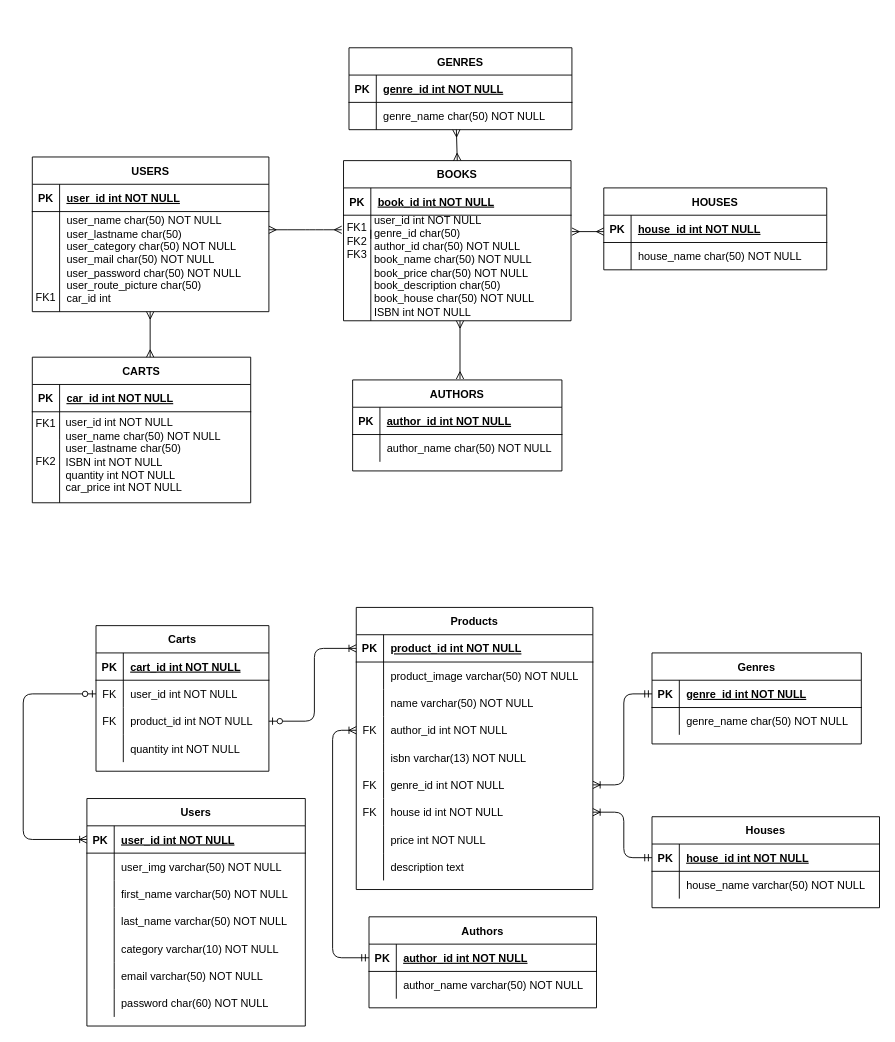
Before: LstandsEntityDiagram.drawio in mariadelrosario98/grupo_7_LSTANDSFORLIBROS, a draw.io diagram. Source tidied: cells renumbered, new cells numbered last; positions are measured from the earlier drawing's top-left corner, leaving out a move shared by most shapes. Both pictures are drawn from the tidied source at 91%, with x=0, y=0 at pixel (23, 15).
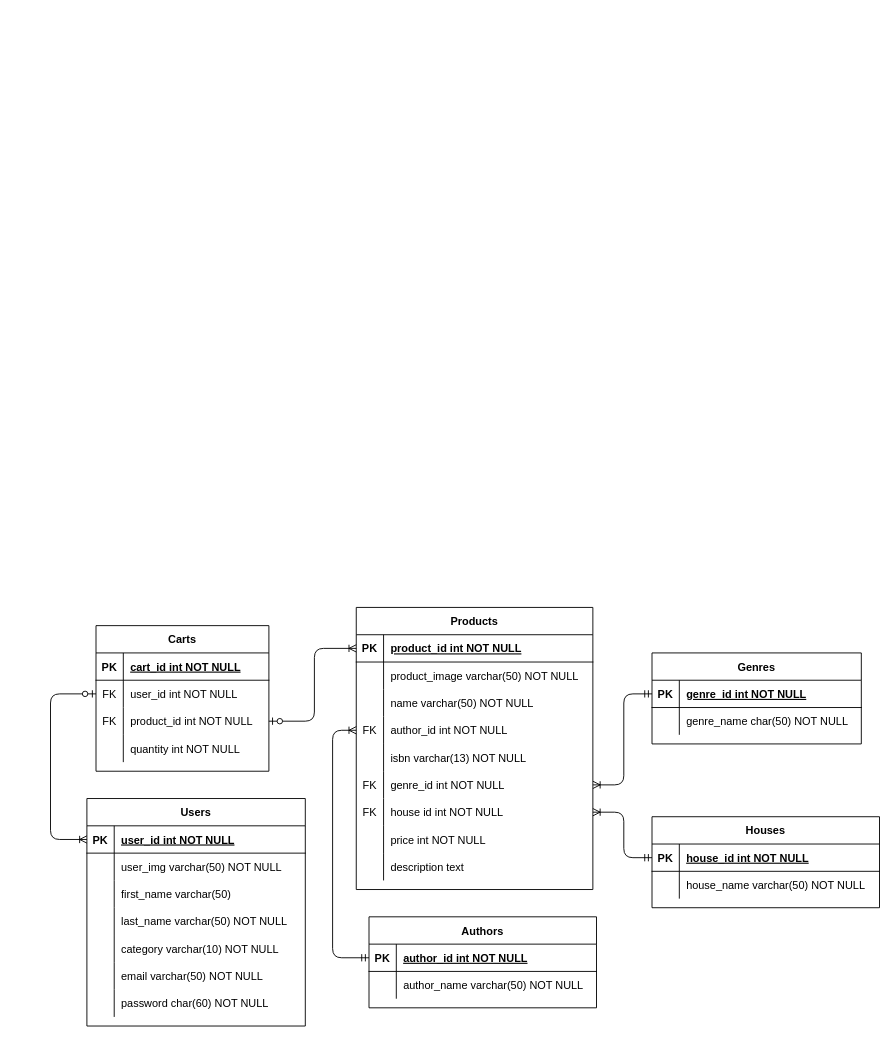
The same page after the edit.

The change refers to these unchanged cells:
```xml
<mxCell id="55" style="shape=tableRow;horizontal=0;startSize=0;swimlaneHead=0;swimlaneBody=0;fillColor=none;points=[[0,0.5],[1,0.5]];portConstraint=eastwest;top=0;left=0;right=0;bottom=1;" parent="54" vertex="1">
  <mxGeometry y="30" width="240" height="30" as="geometry" />
</mxCell>
<mxCell id="61" style="shape=tableRow;horizontal=0;startSize=0;swimlaneHead=0;swimlaneBody=0;fillColor=none;top=0;left=0;right=0;bottom=0;" parent="54" vertex="1">
  <mxGeometry y="90" width="240" height="30" as="geometry" />
</mxCell>
<mxCell id="129" style="shape=tableRow;horizontal=0;startSize=0;swimlaneHead=0;swimlaneBody=0;fillColor=none;points=[[0,0.5],[1,0.5]];portConstraint=eastwest;top=0;left=0;right=0;bottom=0;" parent="125" vertex="1">
  <mxGeometry y="60" width="190" height="30" as="geometry" />
</mxCell>
```

Change to the diagram source:
```diff
@@
-    <mxCell id="2" style="edgeStyle=entityRelationEdgeStyle;endArrow=ERmany;startArrow=ERmany;endFill=0;startFill=0;" parent="1" edge="1">
-      <mxGeometry relative="1" as="geometry">
-        <mxPoint x="270" y="235" as="sourcePoint" />
-        <mxPoint x="350" y="235" as="targetPoint" />
-      </mxGeometry>
-    </mxCell>
-    <mxCell id="3" value="BOOKS" style="shape=table;startSize=30;childLayout=tableLayout;rowLines=0;fontStyle=1;align=center;" parent="1" vertex="1">
-      <mxGeometry x="352" y="159" width="250" height="176" as="geometry" />
-    </mxCell>
-    <mxCell id="4" style="shape=partialRectangle;fillColor=none;top=0;left=0;right=0;bottom=1;" parent="3" vertex="1">
-      <mxGeometry y="30" width="250" height="30" as="geometry" />
-    </mxCell>
-    <mxCell id="5" value="PK" style="shape=partialRectangle;overflow=hidden;fillColor=none;top=0;left=0;bottom=0;right=0;fontStyle=1;" parent="4" vertex="1">
-      <mxGeometry width="30" height="30" as="geometry" />
-    </mxCell>
-    <mxCell id="6" value="book_id int NOT NULL " style="shape=partialRectangle;overflow=hidden;fillColor=none;top=0;left=0;bottom=0;right=0;align=left;spacingLeft=6;fontStyle=5;" parent="4" vertex="1">
-      <mxGeometry x="30" width="220" height="30" as="geometry" />
-    </mxCell>
-    <mxCell id="7" style="shape=partialRectangle;fillColor=none;top=0;left=0;right=0;bottom=0;" parent="3" vertex="1">
-      <mxGeometry y="60" width="250" height="26" as="geometry" />
-    </mxCell>
-    <mxCell id="8" value="FK1" style="shape=partialRectangle;overflow=hidden;fillColor=none;top=0;left=0;bottom=0;right=0;" parent="7" vertex="1">
-      <mxGeometry width="30" height="26" as="geometry" />
-    </mxCell>
-    <mxCell id="9" style="shape=partialRectangle;overflow=hidden;fillColor=none;top=0;left=0;bottom=0;right=0;align=left;spacingLeft=6;" parent="7" vertex="1">
-      <mxGeometry x="30" width="220" height="26" as="geometry" />
-    </mxCell>
-    <mxCell id="10" value="USERS" style="shape=table;startSize=30;childLayout=tableLayout;rowLines=0;fontStyle=1;align=center;" parent="1" vertex="1">
-      <mxGeometry x="10" y="155" width="260" height="170" as="geometry" />
-    </mxCell>
-    <mxCell id="11" style="shape=partialRectangle;fillColor=none;top=0;left=0;right=0;bottom=1;" parent="10" vertex="1">
-      <mxGeometry y="30" width="260" height="30" as="geometry" />
-    </mxCell>
-    <mxCell id="12" value="PK" style="shape=partialRectangle;overflow=hidden;fillColor=none;top=0;left=0;bottom=0;right=0;fontStyle=1;" parent="11" vertex="1">
-      <mxGeometry width="30" height="30" as="geometry" />
-    </mxCell>
-    <mxCell id="13" value="user_id int NOT NULL " style="shape=partialRectangle;overflow=hidden;fillColor=none;top=0;left=0;bottom=0;right=0;align=left;spacingLeft=6;fontStyle=5;" parent="11" vertex="1">
-      <mxGeometry x="30" width="230" height="30" as="geometry" />
-    </mxCell>
-    <mxCell id="14" style="shape=partialRectangle;fillColor=none;top=0;left=0;right=0;bottom=0;" parent="10" vertex="1">
-      <mxGeometry y="60" width="260" height="40" as="geometry" />
-    </mxCell>
-    <mxCell id="15" style="shape=partialRectangle;overflow=hidden;fillColor=none;top=0;left=0;bottom=0;right=0;" parent="14" vertex="1">
-      <mxGeometry width="30" height="40" as="geometry" />
-    </mxCell>
-    <mxCell id="16" value="&#10;&#10;" style="shape=partialRectangle;overflow=hidden;fillColor=none;top=0;left=0;bottom=0;right=0;align=left;spacingLeft=6;" parent="14" vertex="1">
-      <mxGeometry x="30" width="230" height="40" as="geometry" />
-    </mxCell>
-    <mxCell id="17" value="&lt;div align=&quot;left&quot;&gt;user_name char(50) NOT NULL&lt;/div&gt;&lt;div align=&quot;left&quot;&gt;user_lastname char(50)&lt;br&gt;&lt;/div&gt;&lt;div align=&quot;left&quot;&gt;user_category char(50) NOT NULL&lt;/div&gt;&lt;div align=&quot;left&quot;&gt;user_mail char(50) NOT NULL&lt;/div&gt;&lt;div align=&quot;left&quot;&gt;user_password char(50) NOT NULL&lt;/div&gt;&lt;div align=&quot;left&quot;&gt;user_route_picture char(50) &lt;br&gt;&lt;/div&gt;&lt;div align=&quot;left&quot;&gt;car_id int&lt;br&gt;&lt;/div&gt;" style="text;html=1;strokeColor=none;fillColor=none;align=left;verticalAlign=middle;whiteSpace=wrap;rounded=0;" parent="1" vertex="1">
-      <mxGeometry x="46" y="218" width="220" height="100" as="geometry" />
-    </mxCell>
-    <mxCell id="18" style="endArrow=none;html=1;rounded=0;" parent="1" edge="1">
-      <mxGeometry relative="1" as="geometry">
-        <mxPoint x="40" y="325" as="sourcePoint" />
-        <mxPoint x="40" y="255" as="targetPoint" />
-      </mxGeometry>
-    </mxCell>
-    <mxCell id="19" value="&lt;div align=&quot;left&quot;&gt;&lt;font style=&quot;font-size: 12px&quot;&gt;user_id int NOT NULL&lt;/font&gt;&lt;/div&gt;&lt;div align=&quot;left&quot;&gt;&lt;font style=&quot;font-size: 12px&quot;&gt;genre_id char(50)&lt;br&gt;&lt;/font&gt;&lt;/div&gt;&lt;div align=&quot;left&quot;&gt;&lt;font style=&quot;font-size: 12px&quot;&gt;author_id char(50) NOT NULL&lt;/font&gt;&lt;/div&gt;&lt;div align=&quot;left&quot;&gt;&lt;font style=&quot;font-size: 12px&quot;&gt;book_name char(50) NOT NULL&lt;/font&gt;&lt;/div&gt;&lt;div align=&quot;left&quot;&gt;&lt;font style=&quot;font-size: 12px&quot;&gt;book_price char(50) NOT NULL&lt;/font&gt;&lt;/div&gt;&lt;div align=&quot;left&quot;&gt;&lt;font style=&quot;font-size: 12px&quot;&gt;book_description char(50) &lt;br&gt;&lt;/font&gt;&lt;/div&gt;&lt;div align=&quot;left&quot;&gt;&lt;font style=&quot;font-size: 12px&quot;&gt;book_house char(50) NOT NULL&lt;br&gt;&lt;/font&gt;&lt;/div&gt;&lt;div align=&quot;left&quot;&gt;&lt;font style=&quot;font-size: 12px&quot;&gt;ISBN int NOT NULL&lt;/font&gt;&lt;/div&gt;" style="text;html=1;strokeColor=none;fillColor=none;align=left;verticalAlign=middle;whiteSpace=wrap;rounded=0;" parent="1" vertex="1">
-      <mxGeometry x="384" y="221" width="220" height="107" as="geometry" />
-    </mxCell>
-    <mxCell id="20" value="FK2" style="shape=partialRectangle;overflow=hidden;fillColor=none;top=0;left=0;bottom=0;right=0;" parent="1" vertex="1">
-      <mxGeometry x="352" y="232" width="30" height="30" as="geometry" />
-    </mxCell>
-    <mxCell id="21" value="FK3" style="shape=partialRectangle;overflow=hidden;fillColor=none;top=0;left=0;bottom=0;right=0;" parent="1" vertex="1">
-      <mxGeometry x="352" y="247" width="30" height="30" as="geometry" />
-    </mxCell>
-    <mxCell id="22" style="endArrow=none;html=1;rounded=0;" parent="1" edge="1">
-      <mxGeometry relative="1" as="geometry">
-        <mxPoint x="382" y="335" as="sourcePoint" />
-        <mxPoint x="382" y="235" as="targetPoint" />
-      </mxGeometry>
-    </mxCell>
-    <mxCell id="23" style="endArrow=ERmany;html=1;rounded=0;startArrow=ERmany;startFill=0;endFill=0;" parent="1" edge="1">
-      <mxGeometry relative="1" as="geometry">
-        <mxPoint x="480" y="399" as="sourcePoint" />
-        <mxPoint x="480" y="335" as="targetPoint" />
-      </mxGeometry>
-    </mxCell>
-    <mxCell id="24" style="group;" parent="1" vertex="1">
-      <mxGeometry x="366" width="335" height="210" as="geometry" />
-    </mxCell>
-    <mxCell id="25" value="GENRES" style="shape=table;startSize=30;childLayout=tableLayout;rowLines=0;fontStyle=1;align=center;" parent="24" vertex="1">
-      <mxGeometry x="-8" y="35" width="245" height="90" as="geometry" />
-    </mxCell>
-    <mxCell id="26" style="shape=partialRectangle;fillColor=none;top=0;left=0;right=0;bottom=1;" parent="25" vertex="1">
-      <mxGeometry y="30" width="245" height="30" as="geometry" />
-    </mxCell>
-    <mxCell id="27" value="PK" style="shape=partialRectangle;overflow=hidden;fillColor=none;top=0;left=0;bottom=0;right=0;fontStyle=1;" parent="26" vertex="1">
-      <mxGeometry width="30" height="30" as="geometry" />
-    </mxCell>
-    <mxCell id="28" value="genre_id int NOT NULL " style="shape=partialRectangle;overflow=hidden;fillColor=none;top=0;left=0;bottom=0;right=0;align=left;spacingLeft=6;fontStyle=5;" parent="26" vertex="1">
-      <mxGeometry x="30" width="215" height="30" as="geometry" />
-    </mxCell>
-    <mxCell id="29" style="shape=partialRectangle;fillColor=none;top=0;left=0;right=0;bottom=0;" parent="25" vertex="1">
-      <mxGeometry y="60" width="245" height="30" as="geometry" />
-    </mxCell>
-    <mxCell id="30" style="shape=partialRectangle;overflow=hidden;fillColor=none;top=0;left=0;bottom=0;right=0;" parent="29" vertex="1">
-      <mxGeometry width="30" height="30" as="geometry" />
-    </mxCell>
-    <mxCell id="31" value="genre_name char(50) NOT NULL" style="shape=partialRectangle;overflow=hidden;fillColor=none;top=0;left=0;bottom=0;right=0;align=left;spacingLeft=6;" parent="29" vertex="1">
-      <mxGeometry x="30" width="215" height="30" as="geometry" />
-    </mxCell>
-    <mxCell id="32" style="endArrow=ERmany;html=1;rounded=0;startArrow=ERmany;startFill=0;endFill=0;exitX=0.5;exitY=0;exitDx=0;exitDy=0;" parent="24" edge="1" source="3">
-      <mxGeometry relative="1" as="geometry">
-        <mxPoint x="110" y="125" as="targetPoint" />
-      </mxGeometry>
-    </mxCell>
-    <mxCell id="33" value="HOUSES" style="shape=table;startSize=30;childLayout=tableLayout;rowLines=0;fontStyle=1;align=center;" parent="1" vertex="1">
-      <mxGeometry x="638" y="189" width="245" height="90" as="geometry" />
-    </mxCell>
-    <mxCell id="34" style="shape=partialRectangle;fillColor=none;top=0;left=0;right=0;bottom=1;" parent="33" vertex="1">
-      <mxGeometry y="30" width="245" height="30" as="geometry" />
-    </mxCell>
-    <mxCell id="35" value="PK" style="shape=partialRectangle;overflow=hidden;fillColor=none;top=0;left=0;bottom=0;right=0;fontStyle=1;" parent="34" vertex="1">
-      <mxGeometry width="30" height="30" as="geometry" />
-    </mxCell>
-    <mxCell id="36" value="house_id int NOT NULL " style="shape=partialRectangle;overflow=hidden;fillColor=none;top=0;left=0;bottom=0;right=0;align=left;spacingLeft=6;fontStyle=5;" parent="34" vertex="1">
-      <mxGeometry x="30" width="215" height="30" as="geometry" />
-    </mxCell>
-    <mxCell id="37" style="shape=partialRectangle;fillColor=none;top=0;left=0;right=0;bottom=0;" parent="33" vertex="1">
-      <mxGeometry y="60" width="245" height="30" as="geometry" />
-    </mxCell>
-    <mxCell id="38" style="shape=partialRectangle;overflow=hidden;fillColor=none;top=0;left=0;bottom=0;right=0;" parent="37" vertex="1">
-      <mxGeometry width="30" height="30" as="geometry" />
-    </mxCell>
-    <mxCell id="39" value="house_name char(50) NOT NULL" style="shape=partialRectangle;overflow=hidden;fillColor=none;top=0;left=0;bottom=0;right=0;align=left;spacingLeft=6;" parent="37" vertex="1">
-      <mxGeometry x="30" width="215" height="30" as="geometry" />
-    </mxCell>
-    <mxCell id="40" style="endArrow=ERmany;html=1;rounded=0;startArrow=ERmany;startFill=0;endFill=0;entryX=0;entryY=0.5;entryDx=0;entryDy=0;exitX=1;exitY=0.112;exitDx=0;exitDy=0;exitPerimeter=0;" parent="1" edge="1">
-      <mxGeometry relative="1" as="geometry">
-        <mxPoint x="603" y="237" as="sourcePoint" />
-        <mxPoint x="638" y="237" as="targetPoint" />
-      </mxGeometry>
-    </mxCell>
-    <mxCell id="41" value="CARTS" style="shape=table;startSize=30;childLayout=tableLayout;rowLines=0;fontStyle=1;align=center;" parent="1" vertex="1">
-      <mxGeometry x="10" y="375" width="240" height="160" as="geometry" />
-    </mxCell>
-    <mxCell id="42" style="shape=partialRectangle;fillColor=none;top=0;left=0;right=0;bottom=1;" parent="41" vertex="1">
-      <mxGeometry y="30" width="240" height="30" as="geometry" />
-    </mxCell>
-    <mxCell id="43" value="PK" style="shape=partialRectangle;overflow=hidden;fillColor=none;top=0;left=0;bottom=0;right=0;fontStyle=1;" parent="42" vertex="1">
-      <mxGeometry width="30" height="30" as="geometry" />
-    </mxCell>
-    <mxCell id="44" value="car_id int NOT NULL " style="shape=partialRectangle;overflow=hidden;fillColor=none;top=0;left=0;bottom=0;right=0;align=left;spacingLeft=6;fontStyle=5;" parent="42" vertex="1">
-      <mxGeometry x="30" width="210" height="30" as="geometry" />
-    </mxCell>
-    <mxCell id="45" style="shape=partialRectangle;fillColor=none;top=0;left=0;right=0;bottom=0;" parent="41" vertex="1">
-      <mxGeometry y="60" width="240" height="30" as="geometry" />
-    </mxCell>
-    <mxCell id="46" style="shape=partialRectangle;overflow=hidden;fillColor=none;top=0;left=0;bottom=0;right=0;" parent="45" vertex="1">
-      <mxGeometry width="30" height="30" as="geometry" />
-    </mxCell>
-    <mxCell id="47" value="&#10;" style="shape=partialRectangle;overflow=hidden;fillColor=none;top=0;left=0;bottom=0;right=0;align=left;spacingLeft=6;" parent="45" vertex="1">
-      <mxGeometry x="30" width="210" height="30" as="geometry" />
-    </mxCell>
-    <mxCell id="48" style="endArrow=none;html=1;rounded=0;" parent="1" edge="1">
-      <mxGeometry relative="1" as="geometry">
-        <mxPoint x="40" y="535" as="sourcePoint" />
-        <mxPoint x="40" y="465" as="targetPoint" />
-      </mxGeometry>
-    </mxCell>
-    <mxCell id="49" value="&lt;div&gt;user_id int NOT NULL&lt;br&gt;&lt;/div&gt;&lt;div&gt;user_name char(50) NOT NULL&lt;/div&gt;user_lastname char(50)&lt;br&gt;&lt;div&gt;ISBN int NOT NULL&lt;/div&gt;&lt;div&gt;quantity int NOT NULL&lt;/div&gt;&lt;div&gt;car_price int NOT NULL&lt;br&gt;&lt;/div&gt;" style="text;html=1;strokeColor=none;fillColor=none;align=left;verticalAlign=middle;whiteSpace=wrap;rounded=0;" parent="1" vertex="1">
-      <mxGeometry x="45" y="468" width="202" height="30" as="geometry" />
-    </mxCell>
-    <mxCell id="50" value="FK1" style="shape=partialRectangle;overflow=hidden;fillColor=none;top=0;left=0;bottom=0;right=0;" parent="1" vertex="1">
-      <mxGeometry x="10" y="432" width="30" height="30" as="geometry" />
-    </mxCell>
-    <mxCell id="51" value="FK2" style="shape=partialRectangle;overflow=hidden;fillColor=none;top=0;left=0;bottom=0;right=0;" parent="1" vertex="1">
-      <mxGeometry x="10" y="474" width="30" height="30" as="geometry" />
-    </mxCell>
-    <mxCell id="52" value="FK1" style="shape=partialRectangle;overflow=hidden;fillColor=none;top=0;left=0;bottom=0;right=0;" parent="1" vertex="1">
-      <mxGeometry x="10" y="294" width="30" height="30" as="geometry" />
-    </mxCell>
-    <mxCell id="53" style="endArrow=ERmany;html=1;rounded=0;startArrow=ERmany;startFill=0;endFill=0;" parent="1" edge="1">
-      <mxGeometry relative="1" as="geometry">
-        <mxPoint x="139.5" y="375" as="sourcePoint" />
-        <mxPoint x="139.5" y="325" as="targetPoint" />
-      </mxGeometry>
-    </mxCell>
@@
-    <mxCell id="63" value="first_name varchar(50) NOT NULL" style="shape=partialRectangle;overflow=hidden;fillColor=none;align=left;top=0;left=0;bottom=0;right=0;spacingLeft=6;" parent="61" vertex="1">
+    <mxCell id="63" value="first_name varchar(50)" style="shape=partialRectangle;overflow=hidden;fillColor=none;align=left;top=0;left=0;bottom=0;right=0;spacingLeft=6;" parent="61" vertex="1">
       <mxGeometry x="30" width="210" height="30" as="geometry" />
     </mxCell>
@@
-    <mxCell id="90" value="AUTHORS" style="shape=table;startSize=30;childLayout=tableLayout;rowLines=0;fontStyle=1;align=center;" parent="1" vertex="1">
-      <mxGeometry x="362" y="400" width="230" height="100" as="geometry" />
-    </mxCell>
-    <mxCell id="91" style="shape=tableRow;horizontal=0;startSize=0;swimlaneHead=0;swimlaneBody=0;fillColor=none;top=0;left=0;right=0;bottom=1;" parent="90" vertex="1">
-      <mxGeometry y="30" width="230" height="30" as="geometry" />
-    </mxCell>
-    <mxCell id="92" value="PK" style="shape=partialRectangle;overflow=hidden;fillColor=none;top=0;left=0;bottom=0;right=0;fontStyle=1;" parent="91" vertex="1">
-      <mxGeometry width="30" height="30" as="geometry" />
-    </mxCell>
-    <mxCell id="93" value="author_id int NOT NULL" style="shape=partialRectangle;overflow=hidden;fillColor=none;align=left;top=0;left=0;bottom=0;right=0;spacingLeft=6;fontStyle=5;" parent="91" vertex="1">
-      <mxGeometry x="30" width="200" height="30" as="geometry" />
-    </mxCell>
-    <mxCell id="94" style="shape=tableRow;horizontal=0;startSize=0;swimlaneHead=0;swimlaneBody=0;fillColor=none;top=0;left=0;right=0;bottom=0;" parent="90" vertex="1">
-      <mxGeometry y="60" width="230" height="30" as="geometry" />
-    </mxCell>
-    <mxCell id="95" style="shape=partialRectangle;overflow=hidden;fillColor=none;top=0;left=0;bottom=0;right=0;" parent="94" vertex="1">
-      <mxGeometry width="30" height="30" as="geometry" />
-    </mxCell>
-    <mxCell id="96" value="author_name char(50) NOT NULL" style="shape=partialRectangle;overflow=hidden;fillColor=none;align=left;top=0;left=0;bottom=0;right=0;spacingLeft=6;" parent="94" vertex="1">
-      <mxGeometry x="30" width="200" height="30" as="geometry" />
-    </mxCell>
@@
     <mxCell id="145" style="edgeStyle=elbowEdgeStyle;fontSize=12;html=1;endArrow=ERoneToMany;startArrow=ERzeroToOne;entryX=0;entryY=0.5;entryDx=0;entryDy=0;strokeColor=default;shadow=0;exitX=0;exitY=0.5;exitDx=0;exitDy=0;rounded=1;" parent="1" edge="1" source="129" target="55">
       <mxGeometry relative="1" as="geometry">
         <Array as="points">
-          <mxPoint y="840" />
+          <mxPoint x="30" y="830" />
         </Array>
       </mxGeometry>
     </mxCell>
```
